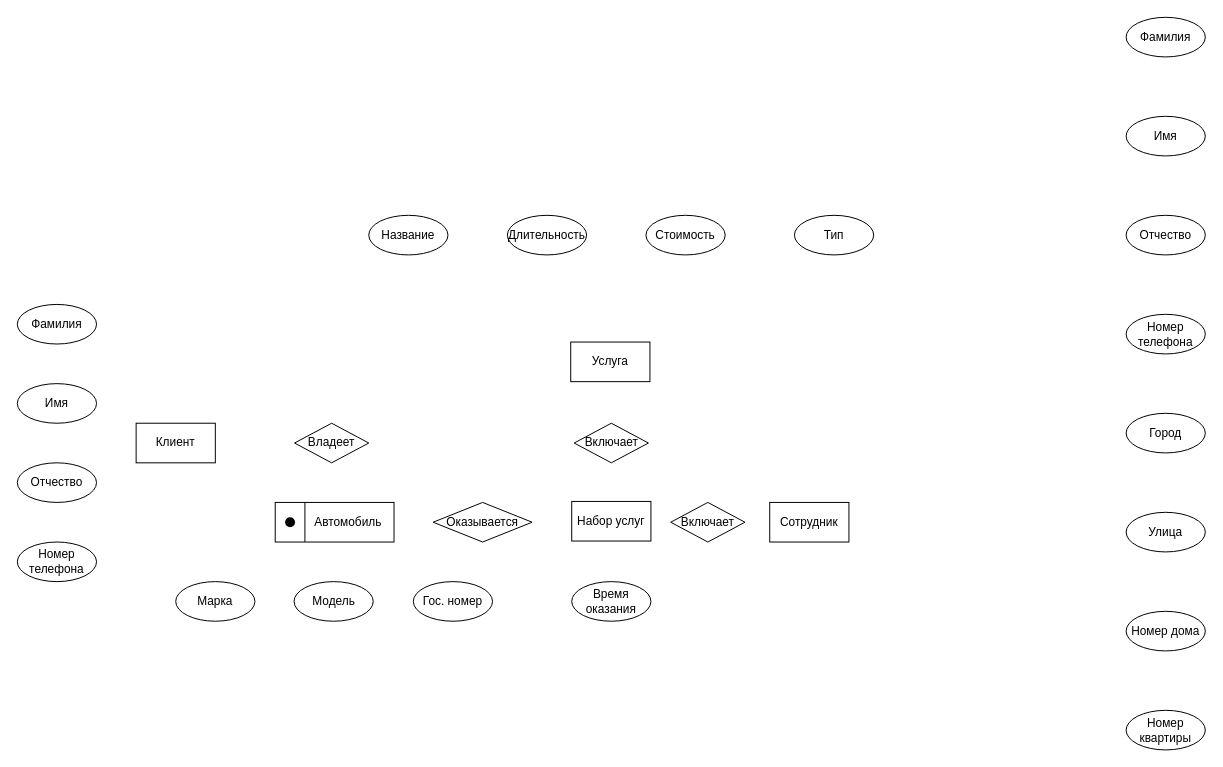
Earlier version of the draw.io diagram Concept.drawio (Mejioy/SUBD). Source tidied: cells renumbered, new cells numbered last; positions are measured from the earlier drawing's top-left corner, leaving out a move shared by most shapes. Both pictures are drawn from the tidied source at 99%, with x=0, y=0 at pixel (17, 17).
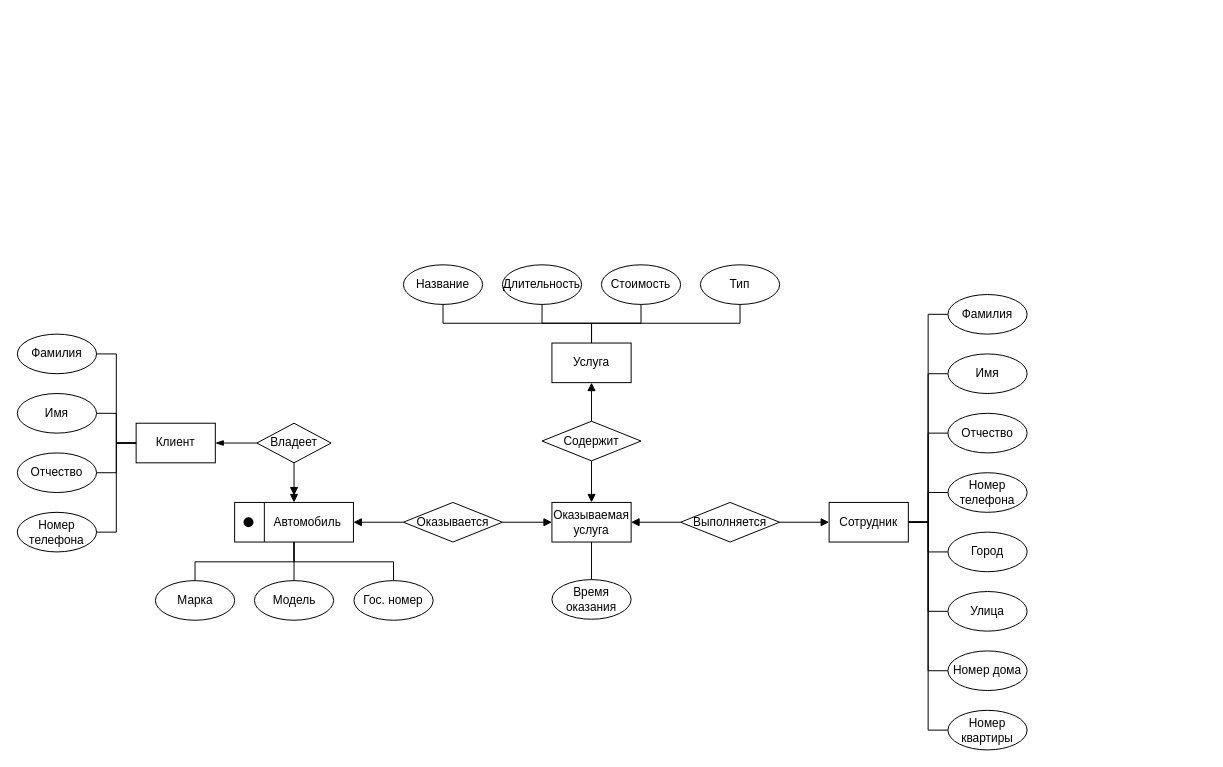
Above is the later version.

Unchanged cells that the change refers to:
```xml
<mxCell id="6" value="Клиент" style="rounded=0;whiteSpace=wrap;html=1;" parent="1" vertex="1">
  <mxGeometry x="120" y="410" width="80" height="40" as="geometry" />
</mxCell>
```

Change to the diagram source:
```diff
@@
     <mxCell id="2" value="Марка" style="ellipse;whiteSpace=wrap;html=1;" parent="1" vertex="1">
-      <mxGeometry x="160" y="570" width="80" height="40" as="geometry" />
+      <mxGeometry x="139.5" y="569" width="80" height="40" as="geometry" />
     </mxCell>
     <mxCell id="3" value="Модель" style="ellipse;whiteSpace=wrap;html=1;" parent="1" vertex="1">
-      <mxGeometry x="279.5" y="570" width="80" height="40" as="geometry" />
+      <mxGeometry x="239.5" y="569" width="80" height="40" as="geometry" />
     </mxCell>
+    <mxCell id="33" style="edgeStyle=orthogonalEdgeStyle;rounded=0;jettySize=auto;html=1;exitX=0.5;exitY=1;exitDx=0;exitDy=0;entryX=0.5;entryY=0;entryDx=0;entryDy=0;endArrow=none;endFill=0;" parent="1" edge="1" source="4" target="3">
+      <mxGeometry relative="1" as="geometry" />
+    </mxCell>
+    <mxCell id="34" style="edgeStyle=orthogonalEdgeStyle;rounded=0;jettySize=auto;html=1;exitX=0.5;exitY=1;exitDx=0;exitDy=0;entryX=0.5;entryY=0;entryDx=0;entryDy=0;endArrow=none;endFill=0;" parent="1" edge="1" source="4" target="7">
+      <mxGeometry relative="1" as="geometry">
+        <Array as="points">
+          <mxPoint x="280" y="550" />
+          <mxPoint x="380" y="550" />
+        </Array>
+      </mxGeometry>
+    </mxCell>
+    <mxCell id="35" style="edgeStyle=orthogonalEdgeStyle;rounded=0;jettySize=auto;html=1;exitX=0.5;exitY=1;exitDx=0;exitDy=0;entryX=0.5;entryY=0;entryDx=0;entryDy=0;endArrow=none;endFill=0;" parent="1" edge="1" source="4" target="2">
+      <mxGeometry relative="1" as="geometry">
+        <Array as="points">
+          <mxPoint x="280" y="550" />
+          <mxPoint x="180" y="550" />
+        </Array>
+      </mxGeometry>
+    </mxCell>
     <mxCell id="4" value="&lt;span style=&quot;white-space: pre;&quot;&gt;&#9;&lt;/span&gt;Автомобиль" style="rounded=0;whiteSpace=wrap;html=1;" parent="1" vertex="1">
-      <mxGeometry x="260.5" y="490" width="120" height="40" as="geometry" />
+      <mxGeometry x="219.5" y="490" width="120" height="40" as="geometry" />
     </mxCell>
+    <mxCell id="36" style="edgeStyle=orthogonalEdgeStyle;rounded=0;jettySize=auto;html=1;exitX=0;exitY=0.5;exitDx=0;exitDy=0;entryX=1;entryY=0.5;entryDx=0;entryDy=0;endArrow=blockThin;endFill=1;" parent="1" edge="1" source="5" target="6">
+      <mxGeometry relative="1" as="geometry" />
+    </mxCell>
+    <mxCell id="37" style="edgeStyle=orthogonalEdgeStyle;rounded=0;jettySize=auto;html=1;exitX=0.5;exitY=1;exitDx=0;exitDy=0;entryX=0.5;entryY=0;entryDx=0;entryDy=0;endArrow=doubleBlock;endFill=1;" parent="1" edge="1" source="5" target="4">
+      <mxGeometry relative="1" as="geometry" />
+    </mxCell>
     <mxCell id="5" value="Владеет" style="rhombus;whiteSpace=wrap;html=1;" parent="1" vertex="1">
-      <mxGeometry x="280" y="410" width="75" height="40" as="geometry" />
+      <mxGeometry x="242" y="410" width="75" height="40" as="geometry" />
     </mxCell>
@@
     <mxCell id="7" value="Гос. номер" style="ellipse;whiteSpace=wrap;html=1;" parent="1" vertex="1">
-      <mxGeometry x="400" y="570" width="80" height="40" as="geometry" />
+      <mxGeometry x="340" y="569" width="80" height="40" as="geometry" />
     </mxCell>
+    <mxCell id="38" style="edgeStyle=orthogonalEdgeStyle;rounded=0;jettySize=auto;html=1;exitX=1;exitY=0.5;exitDx=0;exitDy=0;entryX=0;entryY=0.5;entryDx=0;entryDy=0;endArrow=none;endFill=0;" parent="1" edge="1" source="8" target="6">
+      <mxGeometry relative="1" as="geometry" />
+    </mxCell>
     <mxCell id="8" value="Фамилия" style="ellipse;whiteSpace=wrap;html=1;" parent="1" vertex="1">
-      <mxGeometry y="290" width="80" height="40" as="geometry" />
+      <mxGeometry y="320" width="80" height="40" as="geometry" />
     </mxCell>
+    <mxCell id="39" style="edgeStyle=orthogonalEdgeStyle;rounded=0;jettySize=auto;html=1;exitX=1;exitY=0.5;exitDx=0;exitDy=0;entryX=0;entryY=0.5;entryDx=0;entryDy=0;endArrow=none;endFill=0;" parent="1" edge="1" source="9" target="6">
+      <mxGeometry relative="1" as="geometry" />
+    </mxCell>
     <mxCell id="9" value="Имя" style="ellipse;whiteSpace=wrap;html=1;" parent="1" vertex="1">
-      <mxGeometry y="370" width="80" height="40" as="geometry" />
+      <mxGeometry y="380" width="80" height="40" as="geometry" />
     </mxCell>
+    <mxCell id="40" style="edgeStyle=orthogonalEdgeStyle;rounded=0;jettySize=auto;html=1;exitX=1;exitY=0.5;exitDx=0;exitDy=0;entryX=0;entryY=0.5;entryDx=0;entryDy=0;endArrow=none;endFill=0;" parent="1" edge="1" source="10" target="6">
+      <mxGeometry relative="1" as="geometry" />
+    </mxCell>
     <mxCell id="10" value="Отчество" style="ellipse;whiteSpace=wrap;html=1;" parent="1" vertex="1">
-      <mxGeometry y="450" width="80" height="40" as="geometry" />
+      <mxGeometry y="440" width="80" height="40" as="geometry" />
     </mxCell>
+    <mxCell id="41" style="edgeStyle=orthogonalEdgeStyle;rounded=0;jettySize=auto;html=1;exitX=1;exitY=0.5;exitDx=0;exitDy=0;entryX=0;entryY=0.5;entryDx=0;entryDy=0;endArrow=none;endFill=0;" parent="1" edge="1" source="11" target="6">
+      <mxGeometry relative="1" as="geometry" />
+    </mxCell>
     <mxCell id="11" value="Номер телефона" style="ellipse;whiteSpace=wrap;html=1;" parent="1" vertex="1">
-      <mxGeometry y="530" width="80" height="40" as="geometry" />
+      <mxGeometry y="500" width="80" height="40" as="geometry" />
     </mxCell>
+    <mxCell id="21" value="Время оказания" style="ellipse;whiteSpace=wrap;html=1;" parent="1" vertex="1">
+      <mxGeometry x="540" y="568" width="80" height="40" as="geometry" />
+    </mxCell>
+    <mxCell id="27" style="endArrow=none;html=1;rounded=0;entryX=0.25;entryY=0;entryDx=0;entryDy=0;exitX=0.25;exitY=1;exitDx=0;exitDy=0;" parent="1" edge="1" source="4" target="4">
+      <mxGeometry relative="1" as="geometry" />
+    </mxCell>
+    <mxCell id="28" style="shape=ellipse;fillColor=#000000;strokeColor=none;html=1;sketch=0;" parent="1" vertex="1">
+      <mxGeometry x="228.5" y="505" width="10" height="10" as="geometry" />
+    </mxCell>
+    <mxCell id="42" style="edgeStyle=orthogonalEdgeStyle;rounded=0;jettySize=auto;html=1;exitX=0.5;exitY=1;exitDx=0;exitDy=0;entryX=0.5;entryY=0;entryDx=0;entryDy=0;endArrow=none;endFill=0;" parent="1" edge="1" source="29" target="21">
+      <mxGeometry relative="1" as="geometry" />
+    </mxCell>
+    <mxCell id="29" value="Оказываемая услуга" style="rounded=0;whiteSpace=wrap;html=1;" parent="1" vertex="1">
+      <mxGeometry x="540" y="490" width="80" height="40" as="geometry" />
+    </mxCell>
+    <mxCell id="43" style="edgeStyle=orthogonalEdgeStyle;rounded=0;jettySize=auto;html=1;exitX=0;exitY=0.5;exitDx=0;exitDy=0;entryX=1;entryY=0.5;entryDx=0;entryDy=0;endArrow=block;endFill=1;" parent="1" edge="1" source="30" target="4">
+      <mxGeometry relative="1" as="geometry" />
+    </mxCell>
+    <mxCell id="44" style="edgeStyle=orthogonalEdgeStyle;rounded=0;jettySize=auto;html=1;exitX=1;exitY=0.5;exitDx=0;exitDy=0;entryX=0;entryY=0.5;entryDx=0;entryDy=0;endArrow=block;endFill=1;" parent="1" edge="1" source="30" target="29">
+      <mxGeometry relative="1" as="geometry" />
+    </mxCell>
+    <mxCell id="30" value="Оказывается" style="rhombus;whiteSpace=wrap;html=1;" parent="1" vertex="1">
+      <mxGeometry x="390" y="490" width="100" height="40" as="geometry" />
+    </mxCell>
+    <mxCell id="45" style="edgeStyle=orthogonalEdgeStyle;rounded=0;jettySize=auto;html=1;exitX=0.5;exitY=0;exitDx=0;exitDy=0;entryX=0.5;entryY=1;entryDx=0;entryDy=0;endArrow=none;endFill=0;" parent="1" edge="1" source="22" target="23">
+      <mxGeometry relative="1" as="geometry">
+        <Array as="points">
+          <mxPoint x="580" y="309" />
+          <mxPoint x="430" y="309" />
+        </Array>
+      </mxGeometry>
+    </mxCell>
+    <mxCell id="46" style="edgeStyle=orthogonalEdgeStyle;rounded=0;jettySize=auto;html=1;exitX=0.5;exitY=0;exitDx=0;exitDy=0;entryX=0.5;entryY=1;entryDx=0;entryDy=0;endArrow=none;endFill=0;" parent="1" edge="1" source="22" target="26">
+      <mxGeometry relative="1" as="geometry">
+        <Array as="points">
+          <mxPoint x="580" y="309" />
+          <mxPoint x="730" y="309" />
+        </Array>
+      </mxGeometry>
+    </mxCell>
+    <mxCell id="47" style="edgeStyle=orthogonalEdgeStyle;rounded=0;jettySize=auto;html=1;exitX=0.5;exitY=0;exitDx=0;exitDy=0;entryX=0.5;entryY=1;entryDx=0;entryDy=0;endArrow=none;endFill=0;" parent="1" edge="1" source="22" target="25">
+      <mxGeometry relative="1" as="geometry" />
+    </mxCell>
+    <mxCell id="48" style="edgeStyle=orthogonalEdgeStyle;rounded=0;jettySize=auto;html=1;exitX=0.5;exitY=0;exitDx=0;exitDy=0;entryX=0.5;entryY=1;entryDx=0;entryDy=0;endArrow=none;endFill=0;" parent="1" edge="1" source="22" target="24">
+      <mxGeometry relative="1" as="geometry" />
+    </mxCell>
+    <mxCell id="22" value="Услуга" style="rounded=0;whiteSpace=wrap;html=1;" parent="1" vertex="1">
+      <mxGeometry x="540" y="329" width="80" height="40" as="geometry" />
+    </mxCell>
+    <mxCell id="23" value="Название" style="ellipse;whiteSpace=wrap;html=1;" parent="1" vertex="1">
+      <mxGeometry x="390" y="250" width="80" height="40" as="geometry" />
+    </mxCell>
+    <mxCell id="24" value="Длительность" style="ellipse;whiteSpace=wrap;html=1;" parent="1" vertex="1">
+      <mxGeometry x="490" y="250" width="80" height="40" as="geometry" />
+    </mxCell>
+    <mxCell id="25" value="Стоимость" style="ellipse;whiteSpace=wrap;html=1;" parent="1" vertex="1">
+      <mxGeometry x="590" y="250" width="80" height="40" as="geometry" />
+    </mxCell>
+    <mxCell id="26" value="Тип" style="ellipse;whiteSpace=wrap;html=1;" parent="1" vertex="1">
+      <mxGeometry x="690" y="250" width="80" height="40" as="geometry" />
+    </mxCell>
+    <mxCell id="49" style="edgeStyle=orthogonalEdgeStyle;rounded=0;jettySize=auto;html=1;exitX=0.5;exitY=0;exitDx=0;exitDy=0;entryX=0.5;entryY=1;entryDx=0;entryDy=0;endArrow=block;endFill=1;" parent="1" edge="1" source="51" target="22">
+      <mxGeometry relative="1" as="geometry" />
+    </mxCell>
+    <mxCell id="50" style="edgeStyle=orthogonalEdgeStyle;rounded=0;jettySize=auto;html=1;exitX=0.5;exitY=1;exitDx=0;exitDy=0;entryX=0.5;entryY=0;entryDx=0;entryDy=0;endArrow=block;endFill=1;" parent="1" edge="1" source="51" target="29">
+      <mxGeometry relative="1" as="geometry" />
+    </mxCell>
+    <mxCell id="51" value="Содержит" style="rhombus;whiteSpace=wrap;html=1;" parent="1" vertex="1">
+      <mxGeometry x="530" y="408" width="100" height="40" as="geometry" />
+    </mxCell>
+    <mxCell id="52" style="edgeStyle=orthogonalEdgeStyle;rounded=0;jettySize=auto;html=1;exitX=1;exitY=0.5;exitDx=0;exitDy=0;entryX=0;entryY=0.5;entryDx=0;entryDy=0;endArrow=none;endFill=0;" parent="1" edge="1" source="12" target="13">
+      <mxGeometry relative="1" as="geometry" />
+    </mxCell>
+    <mxCell id="53" style="edgeStyle=orthogonalEdgeStyle;rounded=0;jettySize=auto;html=1;exitX=1;exitY=0.5;exitDx=0;exitDy=0;entryX=0;entryY=0.5;entryDx=0;entryDy=0;endArrow=none;endFill=0;" parent="1" edge="1" source="12" target="20">
+      <mxGeometry relative="1" as="geometry" />
+    </mxCell>
+    <mxCell id="54" style="edgeStyle=orthogonalEdgeStyle;rounded=0;jettySize=auto;html=1;exitX=1;exitY=0.5;exitDx=0;exitDy=0;entryX=0;entryY=0.5;entryDx=0;entryDy=0;endArrow=none;endFill=0;" parent="1" edge="1" source="12" target="14">
+      <mxGeometry relative="1" as="geometry" />
+    </mxCell>
+    <mxCell id="55" style="edgeStyle=orthogonalEdgeStyle;rounded=0;jettySize=auto;html=1;exitX=1;exitY=0.5;exitDx=0;exitDy=0;entryX=0;entryY=0.5;entryDx=0;entryDy=0;endArrow=none;endFill=0;" parent="1" edge="1" source="12" target="19">
+      <mxGeometry relative="1" as="geometry" />
+    </mxCell>
+    <mxCell id="56" style="edgeStyle=orthogonalEdgeStyle;rounded=0;jettySize=auto;html=1;exitX=1;exitY=0.5;exitDx=0;exitDy=0;entryX=0;entryY=0.5;entryDx=0;entryDy=0;endArrow=none;endFill=0;" parent="1" edge="1" source="12" target="15">
+      <mxGeometry relative="1" as="geometry" />
+    </mxCell>
+    <mxCell id="57" style="edgeStyle=orthogonalEdgeStyle;rounded=0;jettySize=auto;html=1;exitX=1;exitY=0.5;exitDx=0;exitDy=0;entryX=0;entryY=0.5;entryDx=0;entryDy=0;endArrow=none;endFill=0;" parent="1" edge="1" source="12" target="18">
+      <mxGeometry relative="1" as="geometry" />
+    </mxCell>
+    <mxCell id="58" style="edgeStyle=orthogonalEdgeStyle;rounded=0;jettySize=auto;html=1;exitX=1;exitY=0.5;exitDx=0;exitDy=0;entryX=0;entryY=0.5;entryDx=0;entryDy=0;endArrow=none;endFill=0;" parent="1" edge="1" source="12" target="17">
+      <mxGeometry relative="1" as="geometry" />
+    </mxCell>
+    <mxCell id="59" style="edgeStyle=orthogonalEdgeStyle;rounded=0;jettySize=auto;html=1;exitX=1;exitY=0.5;exitDx=0;exitDy=0;entryX=0;entryY=0.5;entryDx=0;entryDy=0;endArrow=none;endFill=0;" parent="1" edge="1" source="12" target="16">
+      <mxGeometry relative="1" as="geometry" />
+    </mxCell>
     <mxCell id="12" value="Сотрудник" style="rounded=0;whiteSpace=wrap;html=1;" parent="1" vertex="1">
-      <mxGeometry x="760" y="490" width="80" height="40" as="geometry" />
+      <mxGeometry x="820" y="490" width="80" height="40" as="geometry" />
     </mxCell>
     <mxCell id="13" value="Фамилия" style="ellipse;whiteSpace=wrap;html=1;" parent="1" vertex="1">
-      <mxGeometry x="1120" width="80" height="40" as="geometry" />
+      <mxGeometry x="940" y="280" width="80" height="40" as="geometry" />
     </mxCell>
     <mxCell id="14" value="Имя" style="ellipse;whiteSpace=wrap;html=1;" parent="1" vertex="1">
-      <mxGeometry x="1120" y="100" width="80" height="40" as="geometry" />
+      <mxGeometry x="940" y="340" width="80" height="40" as="geometry" />
     </mxCell>
     <mxCell id="15" value="Отчество" style="ellipse;whiteSpace=wrap;html=1;" parent="1" vertex="1">
-      <mxGeometry x="1120" y="200" width="80" height="40" as="geometry" />
+      <mxGeometry x="940" y="400" width="80" height="40" as="geometry" />
     </mxCell>
     <mxCell id="16" value="Номер телефона" style="ellipse;whiteSpace=wrap;html=1;" parent="1" vertex="1">
-      <mxGeometry x="1120" y="300" width="80" height="40" as="geometry" />
+      <mxGeometry x="940" y="460" width="80" height="40" as="geometry" />
     </mxCell>
     <mxCell id="17" value="Город" style="ellipse;whiteSpace=wrap;html=1;" parent="1" vertex="1">
-      <mxGeometry x="1120" y="400" width="80" height="40" as="geometry" />
+      <mxGeometry x="940" y="520" width="80" height="40" as="geometry" />
     </mxCell>
     <mxCell id="18" value="Улица" style="ellipse;whiteSpace=wrap;html=1;" parent="1" vertex="1">
-      <mxGeometry x="1120" y="500" width="80" height="40" as="geometry" />
+      <mxGeometry x="940" y="580" width="80" height="40" as="geometry" />
     </mxCell>
     <mxCell id="19" value="Номер дома" style="ellipse;whiteSpace=wrap;html=1;" parent="1" vertex="1">
-      <mxGeometry x="1120" y="600" width="80" height="40" as="geometry" />
+      <mxGeometry x="940" y="640" width="80" height="40" as="geometry" />
     </mxCell>
     <mxCell id="20" value="Номер квартиры" style="ellipse;whiteSpace=wrap;html=1;" parent="1" vertex="1">
-      <mxGeometry x="1120" y="700" width="80" height="40" as="geometry" />
+      <mxGeometry x="940" y="700" width="80" height="40" as="geometry" />
     </mxCell>
-    <mxCell id="21" value="Время оказания" style="ellipse;whiteSpace=wrap;html=1;" parent="1" vertex="1">
-      <mxGeometry x="560" y="570" width="80" height="40" as="geometry" />
-    </mxCell>
-    <mxCell id="22" value="Услуга" style="rounded=0;whiteSpace=wrap;html=1;" parent="1" vertex="1">
-      <mxGeometry x="559" y="328" width="80" height="40" as="geometry" />
-    </mxCell>
-    <mxCell id="23" value="Название" style="ellipse;whiteSpace=wrap;html=1;" parent="1" vertex="1">
-      <mxGeometry x="355" y="200" width="80" height="40" as="geometry" />
-    </mxCell>
-    <mxCell id="24" value="Длительность" style="ellipse;whiteSpace=wrap;html=1;" parent="1" vertex="1">
-      <mxGeometry x="495" y="200" width="80" height="40" as="geometry" />
-    </mxCell>
-    <mxCell id="25" value="Стоимость" style="ellipse;whiteSpace=wrap;html=1;" parent="1" vertex="1">
-      <mxGeometry x="635" y="200" width="80" height="40" as="geometry" />
-    </mxCell>
-    <mxCell id="26" value="Тип" style="ellipse;whiteSpace=wrap;html=1;" parent="1" vertex="1">
-      <mxGeometry x="785" y="200" width="80" height="40" as="geometry" />
-    </mxCell>
-    <mxCell id="27" style="endArrow=none;html=1;rounded=0;entryX=0.25;entryY=0;entryDx=0;entryDy=0;exitX=0.25;exitY=1;exitDx=0;exitDy=0;" parent="1" edge="1" source="4" target="4">
-      <mxGeometry relative="1" as="geometry" />
-    </mxCell>
-    <mxCell id="28" style="shape=ellipse;fillColor=#000000;strokeColor=none;html=1;sketch=0;" parent="1" vertex="1">
-      <mxGeometry x="270.5" y="505" width="10" height="10" as="geometry" />
-    </mxCell>
-    <mxCell id="29" value="Набор услуг" style="rounded=0;whiteSpace=wrap;html=1;" parent="1" vertex="1">
-      <mxGeometry x="560" y="489" width="80" height="40" as="geometry" />
-    </mxCell>
-    <mxCell id="30" value="Оказывается" style="rhombus;whiteSpace=wrap;html=1;" parent="1" vertex="1">
-      <mxGeometry x="420" y="490" width="100" height="40" as="geometry" />
-    </mxCell>
-    <mxCell id="31" value="Включает" style="rhombus;whiteSpace=wrap;html=1;" parent="1" vertex="1">
-      <mxGeometry x="562.5" y="410" width="75" height="40" as="geometry" />
-    </mxCell>
-    <mxCell id="32" value="Включает" style="rhombus;whiteSpace=wrap;html=1;" parent="1" vertex="1">
-      <mxGeometry x="660" y="490" width="75" height="40" as="geometry" />
-    </mxCell>
+    <mxCell id="60" style="edgeStyle=orthogonalEdgeStyle;rounded=0;jettySize=auto;html=1;exitX=0;exitY=0.5;exitDx=0;exitDy=0;entryX=1;entryY=0.5;entryDx=0;entryDy=0;endArrow=block;endFill=1;" parent="1" edge="1" source="62" target="29">
+      <mxGeometry relative="1" as="geometry" />
+    </mxCell>
+    <mxCell id="61" style="edgeStyle=orthogonalEdgeStyle;rounded=0;jettySize=auto;html=1;exitX=1;exitY=0.5;exitDx=0;exitDy=0;entryX=0;entryY=0.5;entryDx=0;entryDy=0;endArrow=block;endFill=1;" parent="1" edge="1" source="62" target="12">
+      <mxGeometry relative="1" as="geometry" />
+    </mxCell>
+    <mxCell id="62" value="Выполняется" style="rhombus;whiteSpace=wrap;html=1;" parent="1" vertex="1">
+      <mxGeometry x="670" y="490" width="100" height="40" as="geometry" />
+    </mxCell>
```
